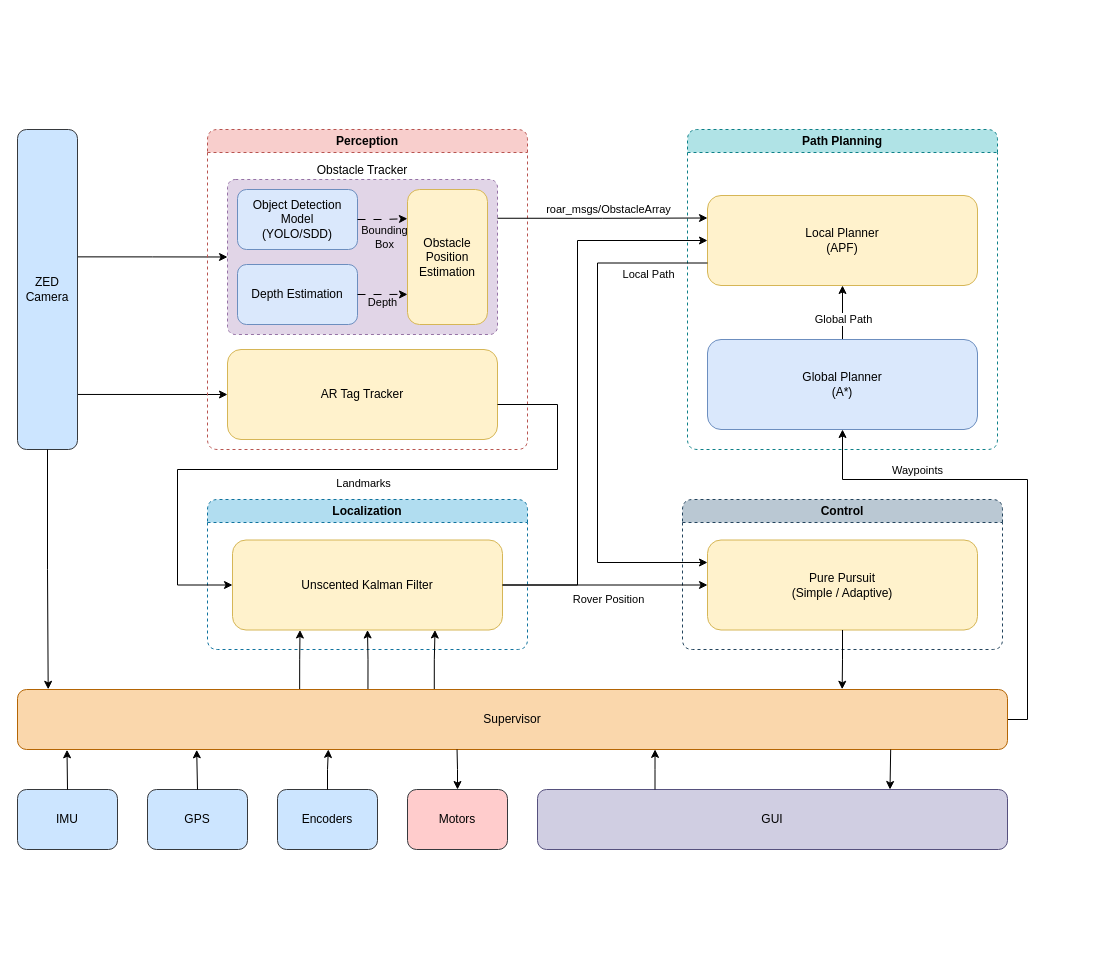
Before: page "Copy of Navigation Task Arch" (1 of 2) of ASU_ROAR_Autonomous_System_Arch.drawio in ASU-ROAR-Team/ROAR-Autonomous-System, a draw.io diagram. Source tidied: cells renumbered, new cells numbered last; positions are measured from the earlier drawing's top-left corner, leaving out a move shared by most shapes. Both pictures are drawn from the tidied source at 100%, with x=0, y=0 at pixel (17, 129).
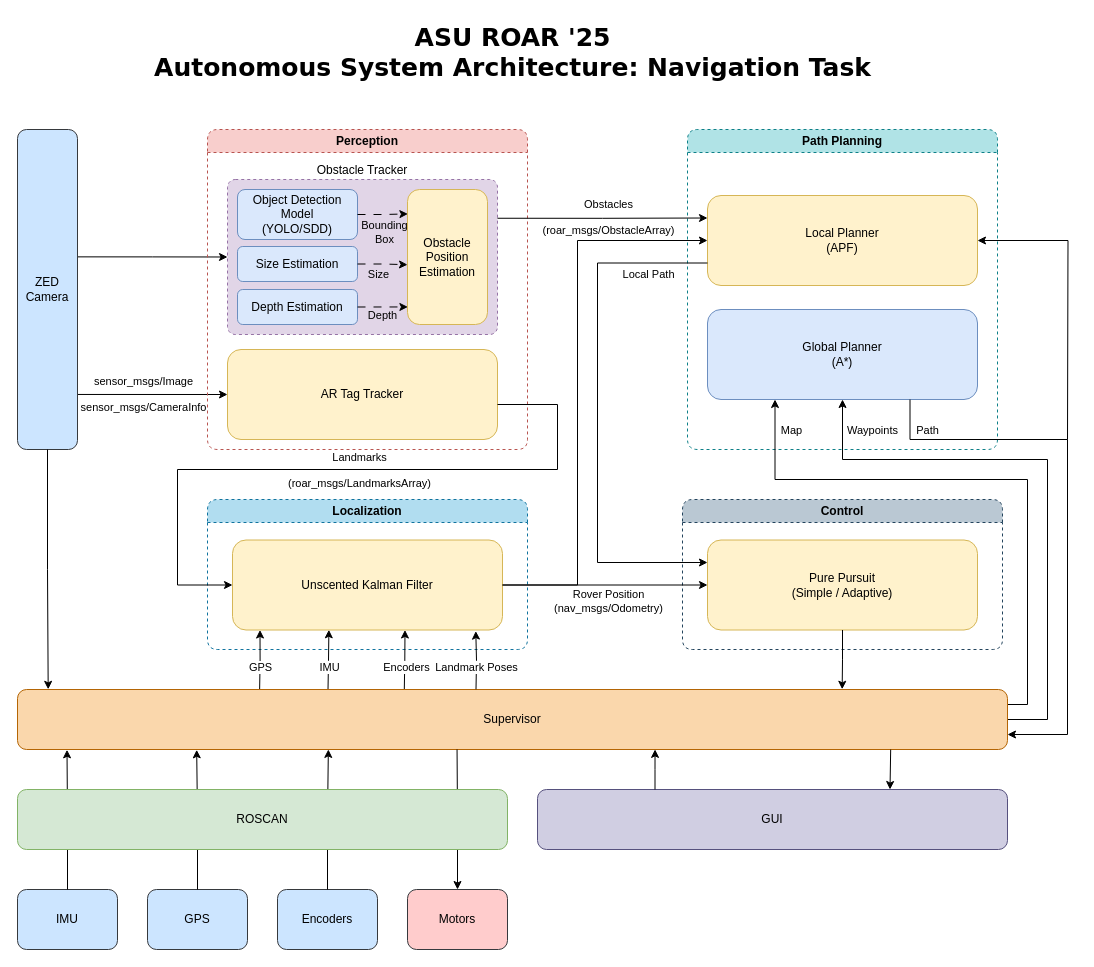
The same diagram, later.

Unchanged cells that the change refers to:
```xml
<mxCell id="3" style="edgeStyle=orthogonalEdgeStyle;rounded=0;jettySize=auto;html=1;exitX=0.828;exitY=-0.002;exitDx=0;exitDy=0;entryX=0;entryY=0.5;entryDx=0;entryDy=0;exitPerimeter=0;" parent="1" edge="1" source="4" target="14">
  <mxGeometry relative="1" as="geometry" />
</mxCell>
<mxCell id="5" value="Perception" style="swimlane;whiteSpace=wrap;html=1;dashed=1;rounded=1;fillColor=#f8cecc;strokeColor=#b85450;" parent="1" vertex="1">
  <mxGeometry x="190" width="320" height="320" as="geometry" />
</mxCell>
<mxCell id="9" value="Obstacle Position Estimation" style="rounded=1;whiteSpace=wrap;html=1;fillColor=#fff2cc;strokeColor=#d6b656;" parent="5" vertex="1">
  <mxGeometry x="200" y="60" width="80" height="135" as="geometry" />
</mxCell>
<mxCell id="16" value="Unscented Kalman Filter" style="rounded=1;whiteSpace=wrap;html=1;fillColor=#fff2cc;strokeColor=#d6b656;" parent="15" vertex="1">
  <mxGeometry x="25" y="40.5" width="270" height="90" as="geometry" />
</mxCell>
<mxCell id="17" style="edgeStyle=orthogonalEdgeStyle;rounded=0;jettySize=auto;html=1;exitX=1;exitY=0.5;exitDx=0;exitDy=0;entryX=0;entryY=0.5;entryDx=0;entryDy=0;" parent="1" edge="1" target="16">
  <mxGeometry relative="1" as="geometry">
    <mxPoint x="480" y="275" as="sourcePoint" />
    <Array as="points">
      <mxPoint x="540" y="275" />
      <mxPoint x="540" y="340" />
      <mxPoint x="160" y="340" />
      <mxPoint x="160" y="455" />
    </Array>
  </mxGeometry>
</mxCell>
<mxCell id="19" value="Path Planning" style="swimlane;whiteSpace=wrap;html=1;dashed=1;rounded=1;fillColor=#b0e3e6;strokeColor=#0e8088;" parent="1" vertex="1">
  <mxGeometry x="670" width="310" height="320" as="geometry" />
</mxCell>
<mxCell id="20" value="Local Planner&lt;br&gt;(APF)" style="rounded=1;whiteSpace=wrap;html=1;fillColor=#fff2cc;strokeColor=#d6b656;" parent="19" vertex="1">
  <mxGeometry x="20" y="66" width="270" height="90" as="geometry" />
</mxCell>
<mxCell id="27" style="edgeStyle=orthogonalEdgeStyle;rounded=0;jettySize=auto;html=1;exitX=1;exitY=0.5;exitDx=0;exitDy=0;entryX=0;entryY=0.5;entryDx=0;entryDy=0;" parent="1" edge="1" source="16" target="20">
  <mxGeometry relative="1" as="geometry">
    <Array as="points">
      <mxPoint x="560" y="456" />
      <mxPoint x="560" y="111" />
    </Array>
  </mxGeometry>
</mxCell>
<mxCell id="29" style="edgeStyle=orthogonalEdgeStyle;rounded=0;jettySize=auto;html=1;exitX=1;exitY=0.25;exitDx=0;exitDy=0;entryX=0;entryY=0.25;entryDx=0;entryDy=0;" parent="1" edge="1" source="6" target="20">
  <mxGeometry relative="1" as="geometry" />
</mxCell>
<mxCell id="38" value="Supervisor" style="rounded=1;whiteSpace=wrap;html=1;fillColor=#fad7ac;strokeColor=#b46504;" parent="1" vertex="1">
  <mxGeometry y="560" width="990" height="60" as="geometry" />
</mxCell>
```

Change to the diagram source:
```diff
@@
+    <mxCell id="52" value="sensor_msgs/Image&lt;br&gt;&lt;br&gt;sensor_msgs/CameraInfo" style="edgeLabel;html=1;align=center;verticalAlign=middle;labelBackgroundColor=none;" parent="3" vertex="1">
+      <mxGeometry x="-0.17" y="4" relative="1" as="geometry">
+        <mxPoint x="3" y="4" as="offset" />
+      </mxGeometry>
+    </mxCell>
@@
     <mxCell id="7" value="Object Detection Model&lt;div&gt;(YOLO/SDD)&lt;/div&gt;" style="rounded=1;whiteSpace=wrap;html=1;fillColor=#dae8fc;strokeColor=#6c8ebf;" parent="5" vertex="1">
-      <mxGeometry x="30" y="60" width="120" height="60" as="geometry" />
+      <mxGeometry x="30" y="60" width="120" height="50" as="geometry" />
     </mxCell>
     <mxCell id="8" value="Depth Estimation" style="rounded=1;whiteSpace=wrap;html=1;fillColor=#dae8fc;strokeColor=#6c8ebf;" parent="5" vertex="1">
-      <mxGeometry x="30" y="135" width="120" height="60" as="geometry" />
+      <mxGeometry x="30" y="160" width="120" height="35" as="geometry" />
     </mxCell>
@@
-    <mxCell id="10" style="edgeStyle=orthogonalEdgeStyle;rounded=0;jettySize=auto;html=1;exitX=1;exitY=0.5;exitDx=0;exitDy=0;entryX=-0.001;entryY=0.216;entryDx=0;entryDy=0;entryPerimeter=0;dashed=1;dashPattern=8 8;" parent="5" edge="1" source="7" target="9">
+    <mxCell id="10" style="edgeStyle=orthogonalEdgeStyle;rounded=0;jettySize=auto;html=1;exitX=1;exitY=0.5;exitDx=0;exitDy=0;entryX=0.005;entryY=0.181;entryDx=0;entryDy=0;entryPerimeter=0;dashed=1;dashPattern=8 8;" parent="5" edge="1" source="7" target="9">
       <mxGeometry relative="1" as="geometry" />
     </mxCell>
@@
-    <mxCell id="12" style="edgeStyle=orthogonalEdgeStyle;rounded=0;jettySize=auto;html=1;exitX=1;exitY=0.5;exitDx=0;exitDy=0;entryX=0;entryY=0.777;entryDx=0;entryDy=0;entryPerimeter=0;dashed=1;dashPattern=8 8;" parent="5" edge="1" source="8" target="9">
+    <mxCell id="12" style="edgeStyle=orthogonalEdgeStyle;rounded=0;jettySize=auto;html=1;exitX=1;exitY=0.5;exitDx=0;exitDy=0;entryX=0.005;entryY=0.87;entryDx=0;entryDy=0;entryPerimeter=0;dashed=1;dashPattern=8 8;" parent="5" edge="1" source="8" target="9">
       <mxGeometry relative="1" as="geometry" />
     </mxCell>
@@
+    <mxCell id="53" value="Size Estimation" style="rounded=1;whiteSpace=wrap;html=1;fillColor=#dae8fc;strokeColor=#6c8ebf;" parent="5" vertex="1">
+      <mxGeometry x="30" y="117" width="120" height="35" as="geometry" />
+    </mxCell>
+    <mxCell id="54" style="edgeStyle=orthogonalEdgeStyle;rounded=0;jettySize=auto;html=1;exitX=1;exitY=0.5;exitDx=0;exitDy=0;entryX=0;entryY=0.557;entryDx=0;entryDy=0;entryPerimeter=0;dashed=1;dashPattern=8 8;" parent="5" edge="1" source="53" target="9">
+      <mxGeometry relative="1" as="geometry" />
+    </mxCell>
+    <mxCell id="55" value="Size" style="edgeLabel;html=1;align=center;verticalAlign=middle;labelBackgroundColor=none;" parent="54" vertex="1">
+      <mxGeometry x="-0.22" y="1" relative="1" as="geometry">
+        <mxPoint y="11" as="offset" />
+      </mxGeometry>
+    </mxCell>
@@
-    <mxCell id="18" value="Landmarks" style="edgeLabel;html=1;align=center;verticalAlign=middle;" parent="17" vertex="1">
+    <mxCell id="18" value="Landmarks&lt;br&gt;&lt;br&gt;(roar_msgs/LandmarksArray)" style="edgeLabel;html=1;align=center;verticalAlign=middle;labelBackgroundColor=none;" parent="17" vertex="1">
       <mxGeometry x="-0.21" y="-1" relative="1" as="geometry">
-        <mxPoint x="-53" y="14" as="offset" />
+        <mxPoint x="-57" y="1" as="offset" />
       </mxGeometry>
     </mxCell>
@@
+    <mxCell id="56" style="edgeStyle=orthogonalEdgeStyle;rounded=0;jettySize=auto;html=1;exitX=1;exitY=0.5;exitDx=0;exitDy=0;endArrow=none;startFill=1;startArrow=classic;" parent="19" edge="1" source="20">
+      <mxGeometry relative="1" as="geometry">
+        <mxPoint x="380" y="310" as="targetPoint" />
+      </mxGeometry>
+    </mxCell>
@@
-    <mxCell id="21" style="edgeStyle=orthogonalEdgeStyle;rounded=0;jettySize=auto;html=1;exitX=0.5;exitY=0;exitDx=0;exitDy=0;entryX=0.5;entryY=1;entryDx=0;entryDy=0;" parent="19" edge="1" source="23" target="20">
-      <mxGeometry relative="1" as="geometry" />
-    </mxCell>
-    <mxCell id="22" value="Global Path" style="edgeLabel;html=1;align=center;verticalAlign=middle;" parent="21" vertex="1">
-      <mxGeometry x="-0.21" y="-5" relative="1" as="geometry">
-        <mxPoint x="-5" as="offset" />
-      </mxGeometry>
-    </mxCell>
     <mxCell id="23" value="Global Planner&lt;br&gt;(A*)" style="rounded=1;whiteSpace=wrap;html=1;fillColor=#dae8fc;strokeColor=#6c8ebf;" parent="19" vertex="1">
-      <mxGeometry x="20" y="210" width="270" height="90" as="geometry" />
+      <mxGeometry x="20" y="180" width="270" height="90" as="geometry" />
     </mxCell>
@@
-    <mxCell id="28" value="Rover Position" style="edgeLabel;html=1;align=center;verticalAlign=middle;" parent="27" vertex="1">
+    <mxCell id="28" value="Rover Position&lt;br&gt;(nav_msgs/Odometry)" style="edgeLabel;html=1;align=center;verticalAlign=middle;" parent="27" vertex="1">
       <mxGeometry x="-0.79" y="2" relative="1" as="geometry">
-        <mxPoint x="47" y="16" as="offset" />
+        <mxPoint x="47" y="18" as="offset" />
       </mxGeometry>
     </mxCell>
@@
-    <mxCell id="30" value="roar_msgs/ObstacleArray" style="edgeLabel;html=1;align=center;verticalAlign=middle;" parent="29" vertex="1">
+    <mxCell id="30" value="&lt;div&gt;Obstacles&lt;/div&gt;&lt;div&gt;&lt;br&gt;&lt;/div&gt;(roar_msgs/ObstacleArray)" style="edgeLabel;html=1;align=center;verticalAlign=middle;labelBackgroundColor=none;" parent="29" vertex="1">
       <mxGeometry x="-0.16" y="2" relative="1" as="geometry">
-        <mxPoint x="22" y="-7" as="offset" />
+        <mxPoint x="22" y="1" as="offset" />
       </mxGeometry>
     </mxCell>
@@
-    <mxCell id="33" style="edgeStyle=orthogonalEdgeStyle;rounded=0;jettySize=auto;html=1;exitX=1;exitY=0.5;exitDx=0;exitDy=0;entryX=0.5;entryY=1;entryDx=0;entryDy=0;" parent="1" edge="1" source="38" target="23">
-      <mxGeometry relative="1" as="geometry">
-        <Array as="points">
-          <mxPoint x="1010" y="590" />
-          <mxPoint x="1010" y="350" />
-          <mxPoint x="825" y="350" />
-        </Array>
-      </mxGeometry>
-    </mxCell>
+    <mxCell id="35" style="edgeStyle=orthogonalEdgeStyle;rounded=0;orthogonalLoop=1;jettySize=auto;html=1;exitX=0.285;exitY=0.028;exitDx=0;exitDy=0;entryX=0.25;entryY=1;entryDx=0;entryDy=0;exitPerimeter=0;" parent="1" edge="1">
+      <mxGeometry relative="1" as="geometry">
+        <mxPoint x="242.1" y="561.7" as="sourcePoint" />
+        <mxPoint x="242.5" y="500.5" as="targetPoint" />
+      </mxGeometry>
+    </mxCell>
+    <mxCell id="57" value="GPS" style="edgeLabel;html=1;align=center;verticalAlign=middle;" parent="35" vertex="1">
+      <mxGeometry x="-0.23" relative="1" as="geometry" />
+    </mxCell>
+    <mxCell id="36" style="edgeStyle=orthogonalEdgeStyle;rounded=0;orthogonalLoop=1;jettySize=auto;html=1;exitX=0.354;exitY=0.007;exitDx=0;exitDy=0;entryX=0.357;entryY=0.998;entryDx=0;entryDy=0;exitPerimeter=0;entryPerimeter=0;" parent="1" edge="1">
+      <mxGeometry relative="1" as="geometry">
+        <mxPoint x="310.5" y="560.4" as="sourcePoint" />
+        <mxPoint x="311.4" y="500.3" as="targetPoint" />
+      </mxGeometry>
+    </mxCell>
+    <mxCell id="58" value="IMU" style="edgeLabel;html=1;align=center;verticalAlign=middle;" parent="36" vertex="1">
+      <mxGeometry x="-0.15" y="-1" relative="1" as="geometry">
+        <mxPoint y="3" as="offset" />
+      </mxGeometry>
+    </mxCell>
+    <mxCell id="37" style="edgeStyle=orthogonalEdgeStyle;rounded=0;orthogonalLoop=1;jettySize=auto;html=1;exitX=0.421;exitY=-0.003;exitDx=0;exitDy=0;entryX=0.75;entryY=1;entryDx=0;entryDy=0;exitPerimeter=0;" parent="1" edge="1">
+      <mxGeometry relative="1" as="geometry">
+        <mxPoint x="386.8" y="559.8" as="sourcePoint" />
+        <mxPoint x="387.5" y="500.5" as="targetPoint" />
+      </mxGeometry>
+    </mxCell>
+    <mxCell id="59" value="Encoders" style="edgeLabel;html=1;align=center;verticalAlign=middle;" parent="37" vertex="1">
+      <mxGeometry x="-0.16" y="-1" relative="1" as="geometry">
+        <mxPoint y="3" as="offset" />
+      </mxGeometry>
+    </mxCell>
+    <mxCell id="60" style="edgeStyle=orthogonalEdgeStyle;rounded=0;jettySize=auto;html=1;exitX=1;exitY=0.25;exitDx=0;exitDy=0;entryX=0.25;entryY=1;entryDx=0;entryDy=0;" parent="1" edge="1" source="38" target="23">
+      <mxGeometry relative="1" as="geometry">
+        <Array as="points">
+          <mxPoint x="1010" y="575" />
+          <mxPoint x="1010" y="350" />
+          <mxPoint x="758" y="350" />
+        </Array>
+      </mxGeometry>
+    </mxCell>
+    <mxCell id="61" value="Map" style="edgeLabel;html=1;align=center;verticalAlign=middle;" parent="60" vertex="1">
+      <mxGeometry x="0.49" y="-4" relative="1" as="geometry">
+        <mxPoint x="-52" y="-46" as="offset" />
+      </mxGeometry>
+    </mxCell>
+    <mxCell id="62" style="edgeStyle=orthogonalEdgeStyle;rounded=0;jettySize=auto;html=1;exitX=1;exitY=0.75;exitDx=0;exitDy=0;entryX=0.75;entryY=1;entryDx=0;entryDy=0;endArrow=none;startFill=1;startArrow=classic;" parent="1" edge="1" source="38" target="23">
+      <mxGeometry relative="1" as="geometry">
+        <Array as="points">
+          <mxPoint x="1050" y="605" />
+          <mxPoint x="1050" y="310" />
+          <mxPoint x="893" y="310" />
+        </Array>
+      </mxGeometry>
+    </mxCell>
+    <mxCell id="63" value="Path" style="edgeLabel;html=1;align=center;verticalAlign=middle;" parent="62" vertex="1">
+      <mxGeometry x="0.74" y="-2" relative="1" as="geometry">
+        <mxPoint x="-15" y="-8" as="offset" />
+      </mxGeometry>
+    </mxCell>
+    <mxCell id="64" style="edgeStyle=orthogonalEdgeStyle;rounded=0;jettySize=auto;html=1;exitX=1;exitY=0.5;exitDx=0;exitDy=0;" parent="1" edge="1" source="38" target="23">
+      <mxGeometry relative="1" as="geometry">
+        <Array as="points">
+          <mxPoint x="1030" y="590" />
+          <mxPoint x="1030" y="330" />
+          <mxPoint x="825" y="330" />
+        </Array>
+      </mxGeometry>
+    </mxCell>
-    <mxCell id="34" value="Waypoints" style="edgeLabel;html=1;align=center;verticalAlign=middle;" parent="33" vertex="1">
-      <mxGeometry x="0.5" y="-2" relative="1" as="geometry">
-        <mxPoint y="-8" as="offset" />
+    <mxCell id="34" value="Waypoints" style="edgeLabel;html=1;align=center;verticalAlign=middle;" parent="64" vertex="1">
+      <mxGeometry x="0.59" y="3" relative="1" as="geometry">
+        <mxPoint x="-27" y="-33" as="offset" />
       </mxGeometry>
     </mxCell>
-    <mxCell id="35" style="edgeStyle=orthogonalEdgeStyle;rounded=0;jettySize=auto;html=1;exitX=0.285;exitY=0.028;exitDx=0;exitDy=0;entryX=0.25;entryY=1;entryDx=0;entryDy=0;exitPerimeter=0;" parent="1" edge="1" source="38" target="16">
-      <mxGeometry relative="1" as="geometry" />
-    </mxCell>
-    <mxCell id="36" style="edgeStyle=orthogonalEdgeStyle;rounded=0;jettySize=auto;html=1;exitX=0.354;exitY=0.007;exitDx=0;exitDy=0;entryX=0.5;entryY=1;entryDx=0;entryDy=0;exitPerimeter=0;" parent="1" edge="1" source="38" target="16">
-      <mxGeometry relative="1" as="geometry" />
-    </mxCell>
-    <mxCell id="37" style="edgeStyle=orthogonalEdgeStyle;rounded=0;jettySize=auto;html=1;exitX=0.421;exitY=-0.003;exitDx=0;exitDy=0;entryX=0.75;entryY=1;entryDx=0;entryDy=0;exitPerimeter=0;" parent="1" edge="1" source="38" target="16">
-      <mxGeometry relative="1" as="geometry" />
-    </mxCell>
@@
     <mxCell id="42" value="IMU" style="rounded=1;whiteSpace=wrap;html=1;fillColor=#cce5ff;strokeColor=#36393d;" parent="1" vertex="1">
-      <mxGeometry y="660" width="100" height="60" as="geometry" />
+      <mxGeometry y="760" width="100" height="60" as="geometry" />
     </mxCell>
     <mxCell id="43" value="GPS" style="rounded=1;whiteSpace=wrap;html=1;fillColor=#cce5ff;strokeColor=#36393d;" parent="1" vertex="1">
-      <mxGeometry x="130" y="660" width="100" height="60" as="geometry" />
+      <mxGeometry x="130" y="760" width="100" height="60" as="geometry" />
     </mxCell>
     <mxCell id="44" value="Encoders" style="rounded=1;whiteSpace=wrap;html=1;fillColor=#cce5ff;strokeColor=#36393d;" parent="1" vertex="1">
-      <mxGeometry x="260" y="660" width="100" height="60" as="geometry" />
+      <mxGeometry x="260" y="760" width="100" height="60" as="geometry" />
     </mxCell>
@@
     <mxCell id="50" value="Motors" style="rounded=1;whiteSpace=wrap;html=1;fillColor=#ffcccc;strokeColor=#36393d;" parent="1" vertex="1">
-      <mxGeometry x="390" y="660" width="100" height="60" as="geometry" />
+      <mxGeometry x="390" y="760" width="100" height="60" as="geometry" />
     </mxCell>
@@
+    <mxCell id="65" style="edgeStyle=orthogonalEdgeStyle;rounded=0;orthogonalLoop=1;jettySize=auto;html=1;exitX=0.453;exitY=-0.003;exitDx=0;exitDy=0;entryX=0.864;entryY=1.012;entryDx=0;entryDy=0;entryPerimeter=0;exitPerimeter=0;" parent="1" edge="1">
+      <mxGeometry relative="1" as="geometry">
+        <mxPoint x="458.5" y="559.8" as="sourcePoint" />
+        <mxPoint x="458.3" y="501.6" as="targetPoint" />
+      </mxGeometry>
+    </mxCell>
+    <mxCell id="66" value="Landmark Poses" style="edgeLabel;html=1;align=center;verticalAlign=middle;" parent="65" vertex="1">
+      <mxGeometry x="-0.25" relative="1" as="geometry" />
+    </mxCell>
+    <mxCell id="67" value="ROSCAN" style="rounded=1;whiteSpace=wrap;html=1;fillColor=#d5e8d4;strokeColor=#82b366;" parent="1" vertex="1">
+      <mxGeometry y="660" width="490" height="60" as="geometry" />
+    </mxCell>
+    <mxCell id="68" value="&lt;span&gt;&lt;font style=&quot;font-size: 25px;&quot;&gt;ASU ROAR '25&lt;/font&gt;&lt;/span&gt;&lt;div&gt;&lt;span&gt;&lt;font style=&quot;font-size: 25px;&quot;&gt;Autonomous System Architecture: Navigation Task&lt;/font&gt;&lt;/span&gt;&lt;/div&gt;" style="text;html=1;align=center;verticalAlign=middle;strokeColor=none;fillColor=none;fontFamily=Verdana;fontStyle=1;" parent="1" vertex="1">
+      <mxGeometry x="165" y="-112" width="660" height="70" as="geometry" />
+    </mxCell>
```
